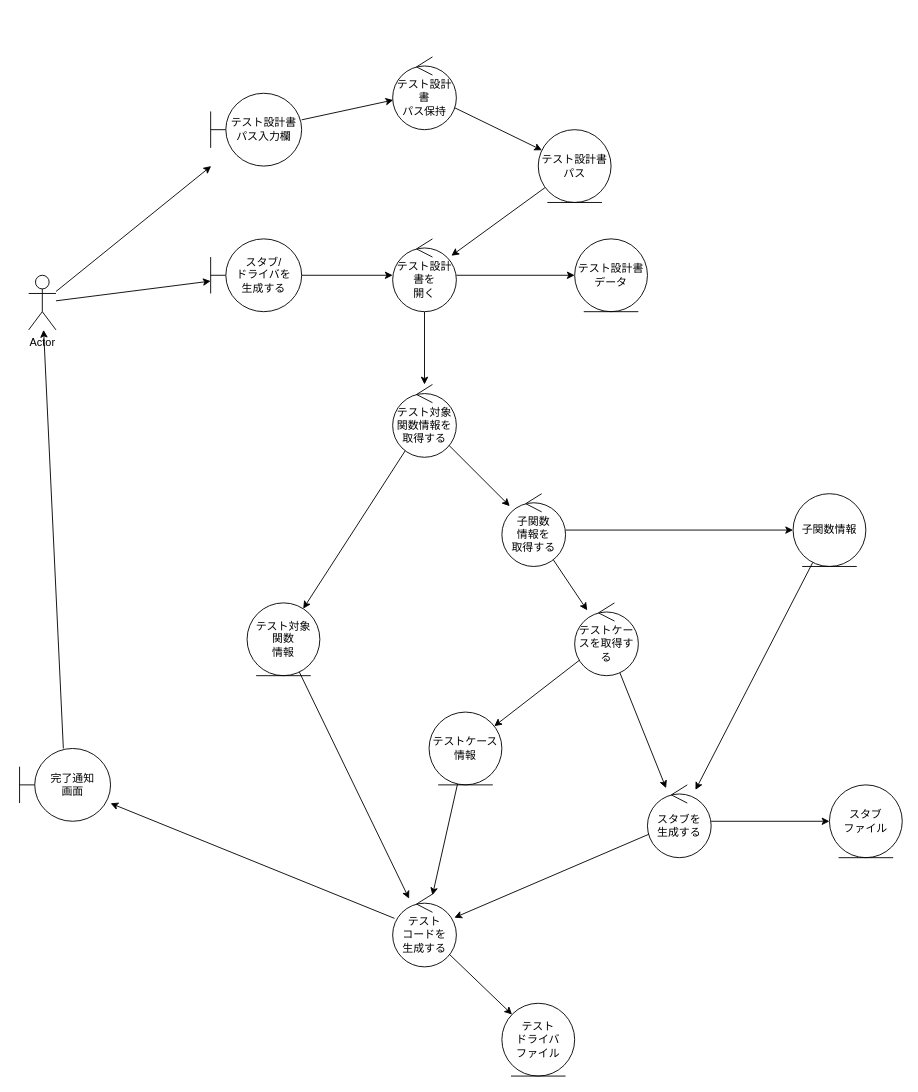
The draw.io diagram page "Robustness_001" (2 of 9) of AutoTestPrep/doc/design/AutoTestPrep.drawio in CountrySideEngineer/TestSupportTools, before the edit. Source tidied: cells renumbered, new cells numbered last; positions are measured from the earlier drawing's top-left corner, leaving out a move shared by most shapes. Both pictures are drawn from the tidied source at 91%, with x=0, y=0 at pixel (19, 56).
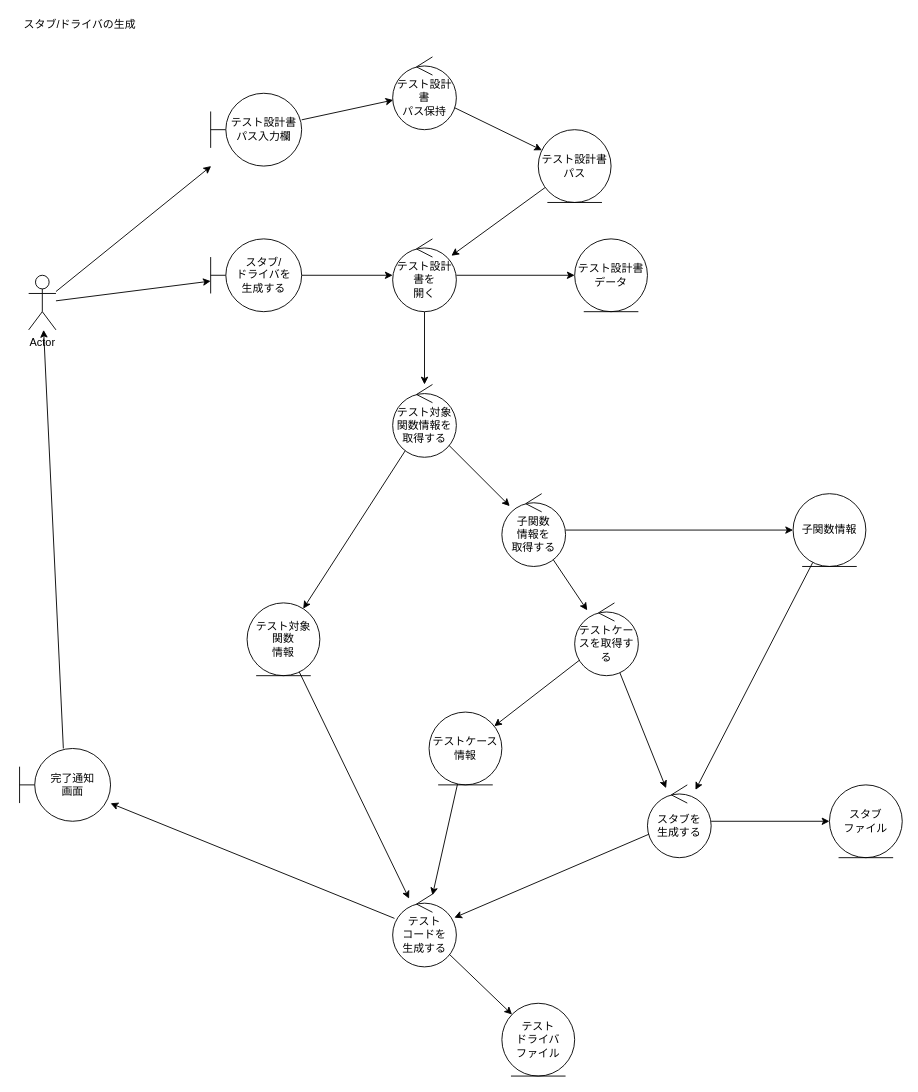
The same page after the edit.

What changed in the source:
```diff
@@
+    <mxCell id="42" value="スタブ/ドライバの生成" style="text;html=1;align=center;verticalAlign=middle;" parent="1" vertex="1">
+      <mxGeometry x="-4" y="-45" width="140" height="20" as="geometry" />
+    </mxCell>
```
